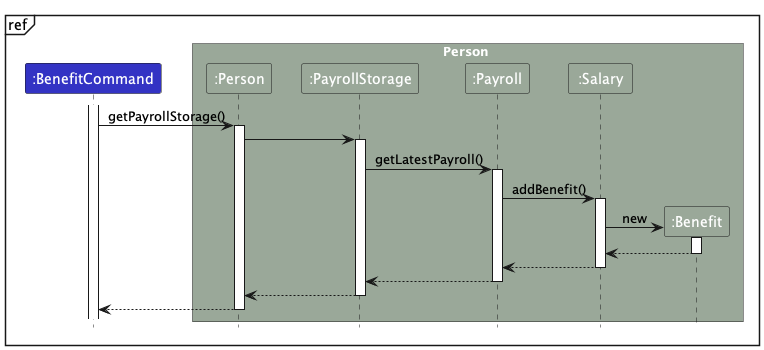
Before: docs/images/AddBenefitSequenceDiagram2.png, a diagram exported from PlantUML (nus-cs2103-AY2324S1/tp).
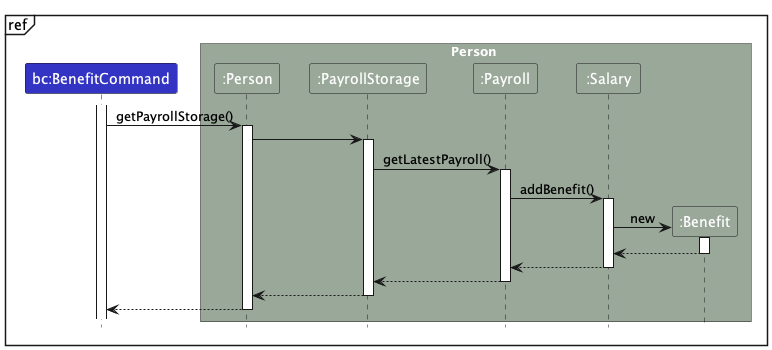
Above is the later version.

The edit, as a diff of the source:
```diff
@@ -4,7 +4,7 @@
 
 mainframe ref
 
-participant ":BenefitCommand" as BenefitCommand LOGIC_COLOR
+participant "bc:BenefitCommand" as BenefitCommand LOGIC_COLOR
 
 box Person PERSON_COLOR
 participant ":Person" as Person PERSON_COLOR
@@ -18,16 +18,11 @@
 BenefitCommand -> Person : getPayrollStorage()
 activate Person
 
-
 Person -> PayrollStorage
 activate PayrollStorage
 
-
 PayrollStorage -> Payroll : getLatestPayroll()
 activate Payroll
-
-
-
 
 Payroll -> Salary : addBenefit()
 activate Salary
```
